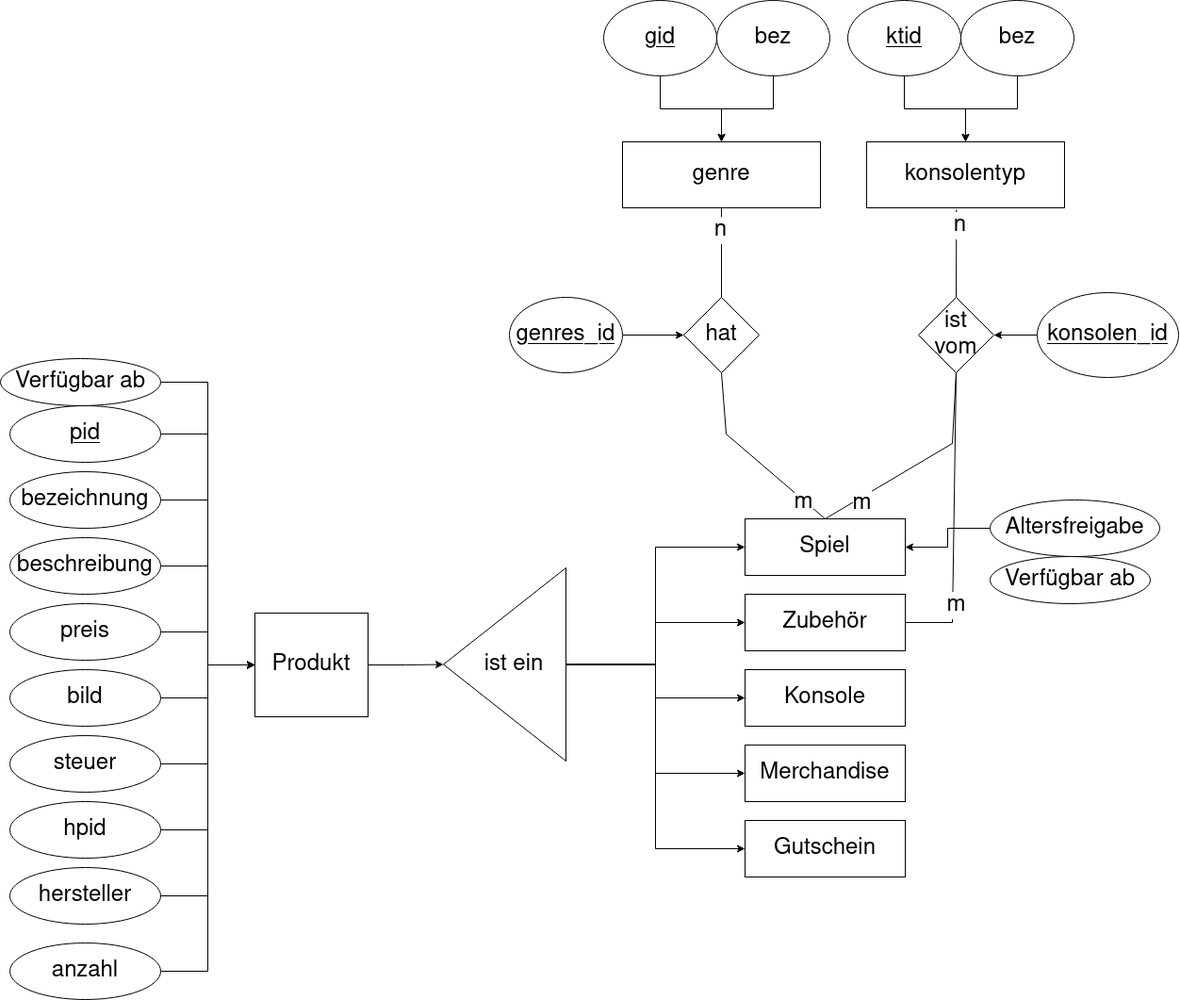
VANCOLD/webshop keeps this draw.io diagram as Dokumentation/ERM_Gamerverse.png. Above is the earlier version. Source tidied: cells renumbered, new cells last; positions are measured from the earlier drawing's top-left corner, leaving out a move shared by most shapes.
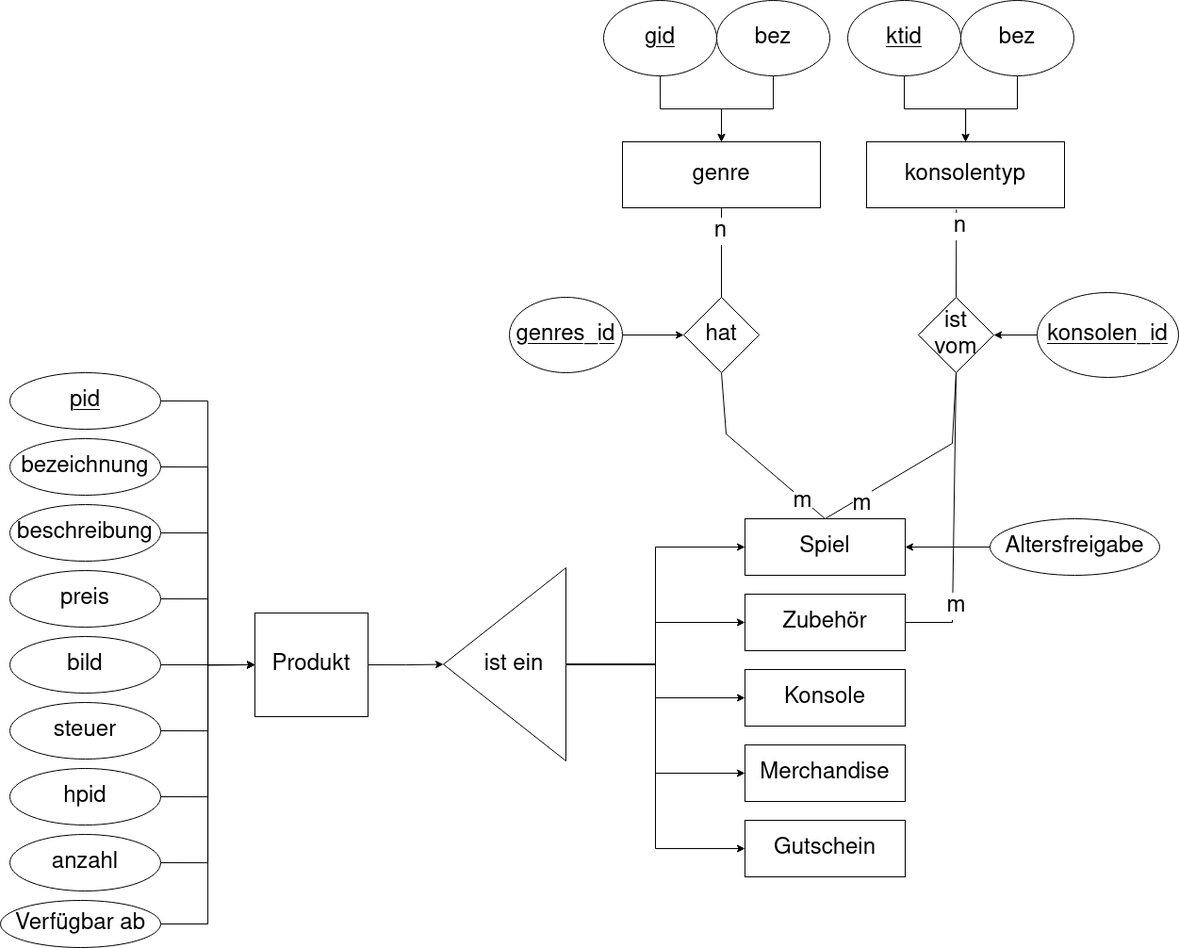
The same file after the commit.

Change to the diagram source:
```diff
@@ -12,43 +12,43 @@
       <mxGeometry relative="1" as="geometry" />
     </mxCell>
     <mxCell id="5" value="&lt;u&gt;pid&lt;/u&gt;" style="ellipse;whiteSpace=wrap;html=1;fontSize=24;" parent="1" vertex="1">
-      <mxGeometry x="10" y="430" width="160" height="60" as="geometry" />
+      <mxGeometry x="10" y="395" width="160" height="60" as="geometry" />
     </mxCell>
     <mxCell id="6" style="edgeStyle=orthogonalEdgeStyle;rounded=0;jettySize=auto;html=1;exitX=1;exitY=0.5;exitDx=0;exitDy=0;entryX=0;entryY=0.5;entryDx=0;entryDy=0;fontSize=24;" parent="1" edge="1" source="7" target="3">
       <mxGeometry relative="1" as="geometry" />
     </mxCell>
     <mxCell id="7" value="bezeichnung" style="ellipse;whiteSpace=wrap;html=1;fontSize=24;" parent="1" vertex="1">
-      <mxGeometry x="10" y="500" width="160" height="60" as="geometry" />
+      <mxGeometry x="10" y="465" width="160" height="60" as="geometry" />
     </mxCell>
     <mxCell id="8" style="edgeStyle=orthogonalEdgeStyle;rounded=0;jettySize=auto;html=1;exitX=1;exitY=0.5;exitDx=0;exitDy=0;entryX=0;entryY=0.5;entryDx=0;entryDy=0;fontSize=24;" parent="1" edge="1" source="9" target="3">
       <mxGeometry relative="1" as="geometry" />
     </mxCell>
     <mxCell id="9" value="&lt;div&gt;beschreibung&lt;/div&gt;" style="ellipse;whiteSpace=wrap;html=1;fontSize=24;" parent="1" vertex="1">
-      <mxGeometry x="10" y="570" width="160" height="60" as="geometry" />
+      <mxGeometry x="10" y="535" width="160" height="60" as="geometry" />
     </mxCell>
     <mxCell id="10" style="edgeStyle=orthogonalEdgeStyle;rounded=0;jettySize=auto;html=1;exitX=1;exitY=0.5;exitDx=0;exitDy=0;fontSize=24;entryX=0;entryY=0.5;entryDx=0;entryDy=0;" parent="1" edge="1" source="11" target="3">
       <mxGeometry relative="1" as="geometry" />
     </mxCell>
     <mxCell id="11" value="&lt;div&gt;preis&lt;/div&gt;" style="ellipse;whiteSpace=wrap;html=1;fontSize=24;" parent="1" vertex="1">
-      <mxGeometry x="10" y="640" width="160" height="60" as="geometry" />
+      <mxGeometry x="10" y="605" width="160" height="60" as="geometry" />
     </mxCell>
     <mxCell id="12" style="edgeStyle=orthogonalEdgeStyle;rounded=0;jettySize=auto;html=1;exitX=1;exitY=0.5;exitDx=0;exitDy=0;entryX=0;entryY=0.5;entryDx=0;entryDy=0;fontSize=24;" parent="1" edge="1" source="13" target="3">
       <mxGeometry relative="1" as="geometry" />
     </mxCell>
     <mxCell id="13" value="bild" style="ellipse;whiteSpace=wrap;html=1;fontSize=24;" parent="1" vertex="1">
-      <mxGeometry x="10" y="710" width="160" height="60" as="geometry" />
+      <mxGeometry x="10" y="675" width="160" height="60" as="geometry" />
     </mxCell>
     <mxCell id="14" style="edgeStyle=orthogonalEdgeStyle;rounded=0;jettySize=auto;html=1;exitX=1;exitY=0.5;exitDx=0;exitDy=0;entryX=0;entryY=0.5;entryDx=0;entryDy=0;fontSize=24;" parent="1" edge="1" source="15" target="3">
       <mxGeometry relative="1" as="geometry" />
     </mxCell>
     <mxCell id="15" value="steuer" style="ellipse;whiteSpace=wrap;html=1;fontSize=24;" parent="1" vertex="1">
-      <mxGeometry x="10" y="780" width="160" height="60" as="geometry" />
+      <mxGeometry x="10" y="745" width="160" height="60" as="geometry" />
     </mxCell>
     <mxCell id="16" style="edgeStyle=orthogonalEdgeStyle;rounded=0;jettySize=auto;html=1;exitX=1;exitY=0.5;exitDx=0;exitDy=0;entryX=0;entryY=0.5;entryDx=0;entryDy=0;fontSize=24;" parent="1" edge="1" source="17" target="3">
       <mxGeometry relative="1" as="geometry" />
     </mxCell>
     <mxCell id="17" value="hpid" style="ellipse;whiteSpace=wrap;html=1;fontSize=24;" parent="1" vertex="1">
-      <mxGeometry x="10" y="850" width="160" height="60" as="geometry" />
+      <mxGeometry x="10" y="815" width="160" height="60" as="geometry" />
     </mxCell>
     <mxCell id="18" value="&lt;div&gt;Konsole&lt;/div&gt;" style="rounded=0;whiteSpace=wrap;html=1;fontSize=24;" parent="1" vertex="1">
       <mxGeometry x="790" y="710" width="170" height="60" as="geometry" />
@@ -62,12 +62,6 @@
     <mxCell id="21" value="Merchandise" style="rounded=0;whiteSpace=wrap;html=1;fontSize=24;" parent="1" vertex="1">
       <mxGeometry x="790" y="790" width="170" height="60" as="geometry" />
     </mxCell>
-    <mxCell id="22" style="edgeStyle=orthogonalEdgeStyle;rounded=0;jettySize=auto;html=1;exitX=1;exitY=0.5;exitDx=0;exitDy=0;entryX=0;entryY=0.5;entryDx=0;entryDy=0;fontSize=24;" parent="1" edge="1" source="23" target="3">
-      <mxGeometry relative="1" as="geometry" />
-    </mxCell>
-    <mxCell id="23" value="hersteller" style="ellipse;whiteSpace=wrap;html=1;fontSize=24;" parent="1" vertex="1">
-      <mxGeometry x="10" y="920" width="160" height="60" as="geometry" />
-    </mxCell>
     <mxCell id="24" value="&lt;div&gt;konsolentyp&lt;/div&gt;" style="rounded=0;whiteSpace=wrap;html=1;fontSize=24;" parent="1" vertex="1">
       <mxGeometry x="919" y="150" width="210" height="70" as="geometry" />
     </mxCell>
@@ -191,22 +185,19 @@
       <mxGeometry relative="1" as="geometry" />
     </mxCell>
     <mxCell id="60" value="&lt;div&gt;anzahl&lt;/div&gt;" style="ellipse;whiteSpace=wrap;html=1;fontSize=24;" parent="1" vertex="1">
-      <mxGeometry x="10" y="1000" width="160" height="60" as="geometry" />
+      <mxGeometry x="10" y="885" width="160" height="60" as="geometry" />
     </mxCell>
     <mxCell id="61" style="edgeStyle=orthogonalEdgeStyle;rounded=0;jettySize=auto;html=1;exitX=0;exitY=0.5;exitDx=0;exitDy=0;entryX=1;entryY=0.5;entryDx=0;entryDy=0;fontSize=24;" parent="1" edge="1" source="62" target="19">
       <mxGeometry relative="1" as="geometry" />
     </mxCell>
     <mxCell id="62" value="Altersfreigabe" style="ellipse;whiteSpace=wrap;html=1;fontSize=24;" parent="1" vertex="1">
-      <mxGeometry x="1050" y="530" width="180" height="60" as="geometry" />
+      <mxGeometry x="1050" y="550" width="180" height="60" as="geometry" />
     </mxCell>
-    <mxCell id="63" value="Verfügbar ab" style="ellipse;whiteSpace=wrap;html=1;fontSize=24;" parent="1" vertex="1">
-      <mxGeometry x="1050" y="590" width="170" height="50" as="geometry" />
-    </mxCell>
     <mxCell id="64" style="edgeStyle=orthogonalEdgeStyle;rounded=0;jettySize=auto;html=1;exitX=1;exitY=0.5;exitDx=0;exitDy=0;entryX=0;entryY=0.5;entryDx=0;entryDy=0;" parent="1" edge="1" source="65" target="3">
       <mxGeometry relative="1" as="geometry" />
     </mxCell>
     <mxCell id="65" value="Verfügbar ab" style="ellipse;whiteSpace=wrap;html=1;fontSize=24;" parent="1" vertex="1">
-      <mxGeometry y="380" width="170" height="50" as="geometry" />
+      <mxGeometry y="955" width="170" height="50" as="geometry" />
     </mxCell>
   </root>
 </mxGraphModel>
```
